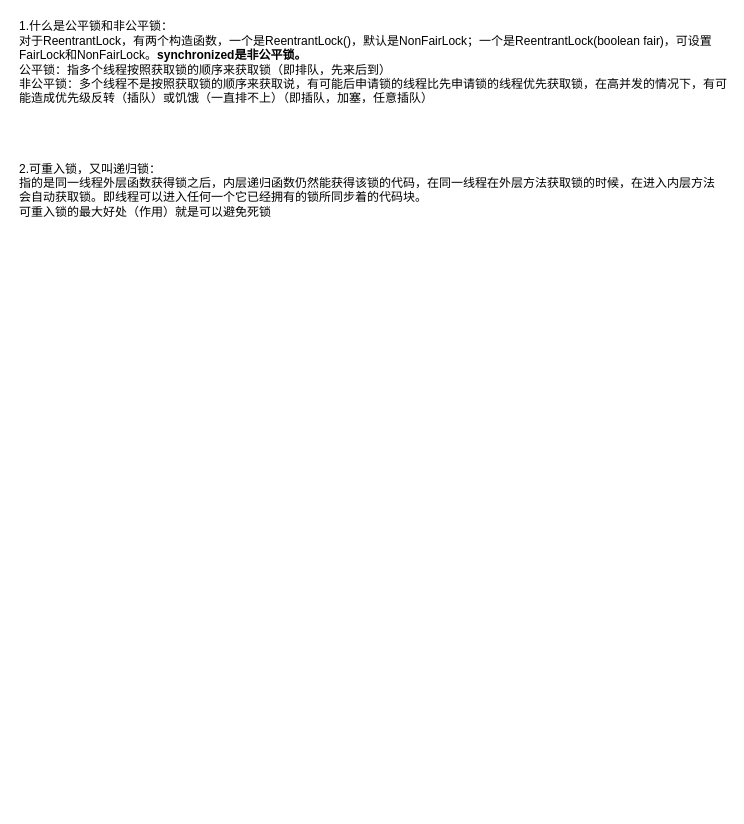
The draw.io diagram Java基础/多线程/Java锁.drawio in qouson/my-Java-note, before the edit. Source tidied: cells renumbered, new cells numbered last; positions are measured from the earlier drawing's top-left corner, leaving out a move shared by most shapes. Both pictures are drawn from the tidied source at 100%, with x=0, y=0 at pixel (17, 17).
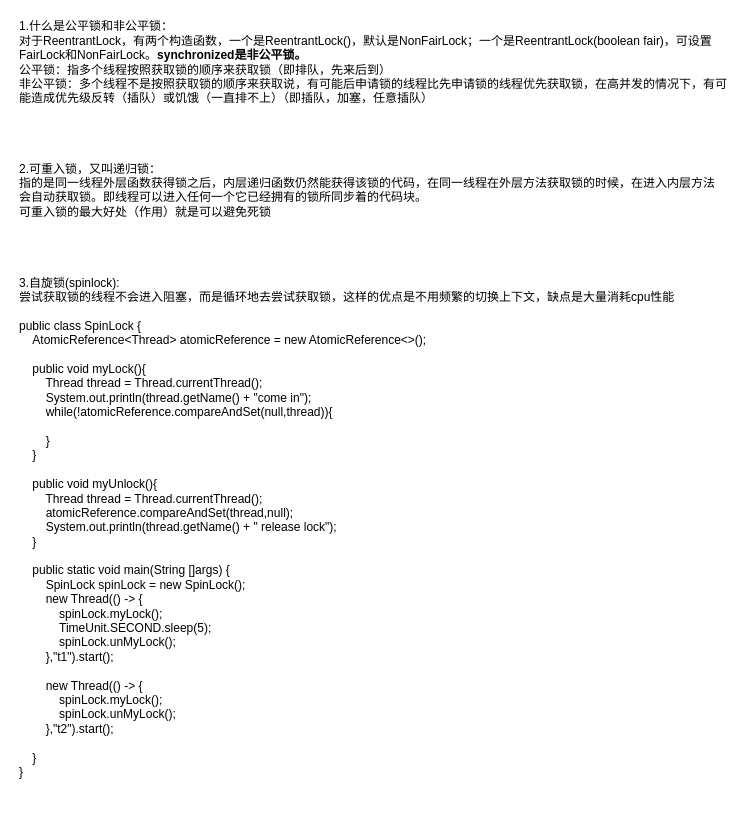
After the change.

Diff of the diagram source:
```diff
@@
 <mxGraphModel>
   <root>
     <mxCell id="0" />
     <mxCell id="1" parent="0" />
     <mxCell id="2" value="&lt;div align=&quot;left&quot;&gt;1.什么是公平锁和非公平锁：&lt;/div&gt;&lt;div align=&quot;left&quot;&gt;对于ReentrantLock，有两个构造函数，一个是ReentrantLock()，默认是NonFairLock；一个是ReentrantLock(boolean fair)，可设置FairLock和NonFairLock。&lt;b&gt;synchronized是非公平锁。&lt;/b&gt;&lt;/div&gt;&lt;div align=&quot;left&quot;&gt;公平锁：指多个线程按照获取锁的顺序来获取锁（即排队，先来后到）&lt;/div&gt;&lt;div align=&quot;left&quot;&gt;非公平锁：多个线程不是按照获取锁的顺序来获取说，有可能后申请锁的线程比先申请锁的线程优先获取锁，在高并发的情况下，有可能造成优先级反转（插队）或饥饿（一直排不上）（即插队，加塞，任意插队）&lt;br&gt;&lt;/div&gt;" style="text;html=1;strokeColor=none;fillColor=none;align=left;verticalAlign=middle;whiteSpace=wrap;rounded=0;" parent="1" vertex="1">
       <mxGeometry width="710" height="90" as="geometry" />
     </mxCell>
     <mxCell id="3" value="&lt;div align=&quot;left&quot;&gt;2.可重入锁，又叫递归锁：&lt;/div&gt;&lt;div align=&quot;left&quot;&gt;指的是同一线程外层函数获得锁之后，内层递归函数仍然能获得该锁的代码，在同一线程在外层方法获取锁的时候，在进入内层方法会自动获取锁。即线程可以进入任何一个它已经拥有的锁所同步着的代码块。&lt;/div&gt;&lt;div align=&quot;left&quot;&gt;可重入锁的最大好处（作用）就是可以避免死锁&lt;br&gt;&lt;/div&gt;&lt;div align=&quot;left&quot;&gt;&lt;br&gt;&lt;/div&gt;" style="text;html=1;strokeColor=none;fillColor=none;align=left;verticalAlign=middle;whiteSpace=wrap;rounded=0;" parent="1" vertex="1">
       <mxGeometry y="140" width="700" height="80" as="geometry" />
     </mxCell>
+    <mxCell id="4" value="&lt;div align=&quot;left&quot;&gt;3.自旋锁(spinlock):&lt;/div&gt;&lt;div align=&quot;left&quot;&gt;尝试获取锁的线程不会进入阻塞，而是循环地去尝试获取锁，这样的优点是不用频繁的切换上下文，缺点是大量消耗cpu性能&lt;/div&gt;&lt;div align=&quot;left&quot;&gt;&lt;br&gt;&lt;/div&gt;public class SpinLock {&lt;br&gt;&amp;nbsp;&amp;nbsp; &amp;nbsp;AtomicReference&amp;lt;Thread&amp;gt; atomicReference = new AtomicReference&amp;lt;&amp;gt;();&lt;br&gt;&amp;nbsp;&amp;nbsp; &amp;nbsp;&lt;br&gt;&amp;nbsp;&amp;nbsp; &amp;nbsp;public void myLock(){&lt;br&gt;&amp;nbsp;&amp;nbsp; &amp;nbsp;&amp;nbsp;&amp;nbsp;&amp;nbsp; Thread thread = Thread.currentThread();&lt;br&gt;&amp;nbsp;&amp;nbsp; &amp;nbsp;&amp;nbsp;&amp;nbsp; &amp;nbsp;System.out.println(thread.getName() + &quot;come in&quot;);&lt;br&gt;&amp;nbsp;&amp;nbsp; &amp;nbsp;&amp;nbsp;&amp;nbsp; &amp;nbsp;while(!atomicReference.compareAndSet(null,thread)){&lt;br&gt;&amp;nbsp;&amp;nbsp; &amp;nbsp;&amp;nbsp;&amp;nbsp; &amp;nbsp;&amp;nbsp;&amp;nbsp; &amp;nbsp;&lt;br&gt;&amp;nbsp;&amp;nbsp; &amp;nbsp;&amp;nbsp;&amp;nbsp; &amp;nbsp;}&lt;br&gt;&amp;nbsp;&amp;nbsp; &amp;nbsp;}&lt;br&gt;&amp;nbsp;&amp;nbsp; &amp;nbsp;&lt;br&gt;&amp;nbsp;&amp;nbsp; &amp;nbsp;public void myUnlock(){&lt;br&gt;&amp;nbsp;&amp;nbsp; &amp;nbsp;&amp;nbsp;&amp;nbsp;&amp;nbsp; Thread thread = Thread.currentThread();&lt;br&gt;&amp;nbsp;&amp;nbsp; &amp;nbsp;&amp;nbsp;&amp;nbsp; &amp;nbsp;atomicReference.compareAndSet(thread,null);&lt;br&gt;&amp;nbsp;&amp;nbsp; &amp;nbsp;&amp;nbsp;&amp;nbsp; &amp;nbsp;System.out.println(thread.getName() + &quot; release lock&quot;);&lt;br&gt;&amp;nbsp;&amp;nbsp; &amp;nbsp;}&lt;br&gt;&amp;nbsp;&amp;nbsp; &amp;nbsp;&lt;br&gt;&amp;nbsp;&amp;nbsp;&amp;nbsp; public static void main(String []args) {&lt;br&gt;&amp;nbsp;&amp;nbsp;&amp;nbsp;&amp;nbsp;&amp;nbsp;&amp;nbsp;&amp;nbsp; SpinLock spinLock = new SpinLock(); &lt;br&gt;&amp;nbsp;&amp;nbsp; &amp;nbsp;&amp;nbsp;&amp;nbsp;&amp;nbsp; new Thread(() -&amp;gt; {&lt;br&gt;&amp;nbsp;&amp;nbsp; &amp;nbsp;&amp;nbsp;&amp;nbsp;&amp;nbsp;&amp;nbsp;&amp;nbsp;&amp;nbsp;&amp;nbsp; spinLock.myLock();&lt;br&gt;&amp;nbsp;&amp;nbsp; &amp;nbsp;&amp;nbsp;&amp;nbsp; &amp;nbsp;&amp;nbsp;&amp;nbsp; &amp;nbsp;TimeUnit.SECOND.sleep(5);&lt;br&gt;&amp;nbsp;&amp;nbsp; &amp;nbsp;&amp;nbsp;&amp;nbsp; &amp;nbsp;&amp;nbsp;&amp;nbsp; &amp;nbsp;spinLock.unMyLock();&lt;br&gt;&amp;nbsp;&amp;nbsp; &amp;nbsp;&amp;nbsp;&amp;nbsp;&amp;nbsp; },&quot;t1&quot;).start();&lt;br&gt;&amp;nbsp;&amp;nbsp; &amp;nbsp;&amp;nbsp;&amp;nbsp; &amp;nbsp;&lt;br&gt;&amp;nbsp;&amp;nbsp; &amp;nbsp;&amp;nbsp;&amp;nbsp;&amp;nbsp; new Thread(() -&amp;gt; {&lt;br&gt;&amp;nbsp;&amp;nbsp; &amp;nbsp;&amp;nbsp;&amp;nbsp;&amp;nbsp;&amp;nbsp;&amp;nbsp;&amp;nbsp;&amp;nbsp; spinLock.myLock();&lt;br&gt;&amp;nbsp;&amp;nbsp; &amp;nbsp;&amp;nbsp;&amp;nbsp; &amp;nbsp;&amp;nbsp;&amp;nbsp; &amp;nbsp;spinLock.unMyLock();&lt;br&gt;&amp;nbsp;&amp;nbsp; &amp;nbsp;&amp;nbsp;&amp;nbsp;&amp;nbsp; },&quot;t2&quot;).start();&lt;br&gt;&amp;nbsp;&amp;nbsp; &amp;nbsp;&amp;nbsp;&amp;nbsp; &amp;nbsp;&lt;br&gt;&amp;nbsp;&amp;nbsp;&amp;nbsp; }&lt;br&gt;}" style="text;html=1;strokeColor=none;fillColor=none;align=left;verticalAlign=middle;whiteSpace=wrap;rounded=0;" parent="1" vertex="1">
+      <mxGeometry y="230" width="671" height="560" as="geometry" />
+    </mxCell>
   </root>
 </mxGraphModel>
```
